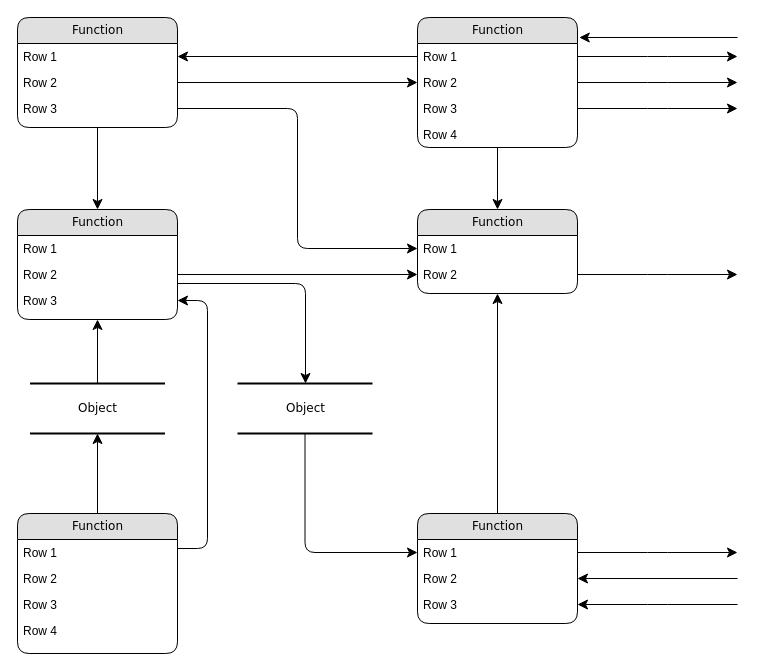
Earlier version of the draw.io diagram misc/Untitled Diagram.drawio (kelvinbush/Algorithms). Source tidied: cells renumbered, new cells numbered last; positions are measured from the earlier drawing's top-left corner, leaving out a move shared by most shapes. Both pictures are drawn from the tidied source at 100%, with x=0, y=0 at pixel (17, 17).
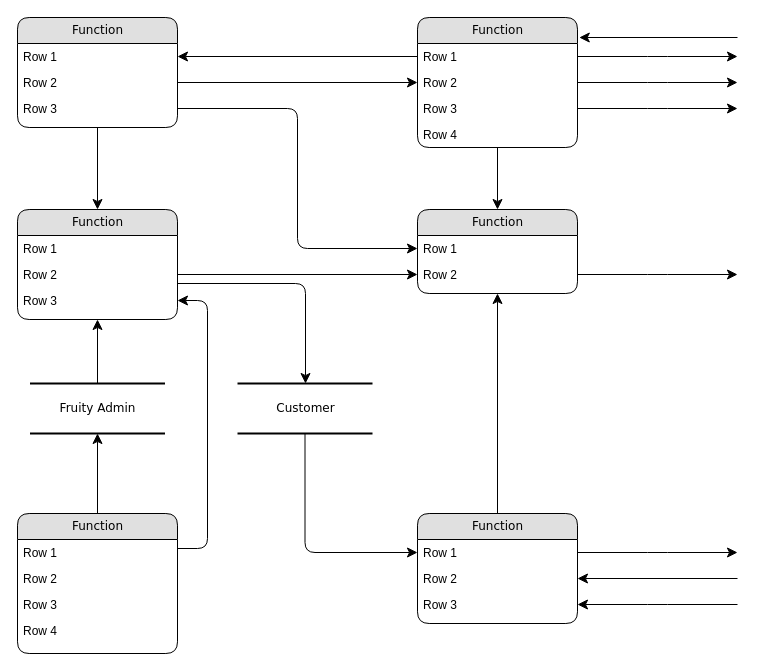
The same page after the edit.

The edit, as a diff of the source:
```diff
@@
-    <mxCell id="2" value="Object" style="html=1;rounded=0;shadow=0;comic=0;labelBackgroundColor=none;strokeWidth=2;fontFamily=Verdana;fontSize=12;align=center;shape=mxgraph.ios7ui.horLines;" parent="1" vertex="1">
+    <mxCell id="2" value="Fruity Admin" style="html=1;rounded=0;shadow=0;comic=0;labelBackgroundColor=none;strokeWidth=2;fontFamily=Verdana;fontSize=12;align=center;shape=mxgraph.ios7ui.horLines;" parent="1" vertex="1">
       <mxGeometry x="12.5" y="366" width="135" height="50" as="geometry" />
     </mxCell>
@@
-    <mxCell id="28" value="Object" style="html=1;rounded=0;shadow=0;comic=0;labelBackgroundColor=none;strokeWidth=2;fontFamily=Verdana;fontSize=12;align=center;shape=mxgraph.ios7ui.horLines;" parent="1" vertex="1">
+    <mxCell id="28" value="Customer" style="html=1;rounded=0;shadow=0;comic=0;labelBackgroundColor=none;strokeWidth=2;fontFamily=Verdana;fontSize=12;align=center;shape=mxgraph.ios7ui.horLines;" parent="1" vertex="1">
       <mxGeometry x="220" y="366" width="135" height="50" as="geometry" />
     </mxCell>
```
